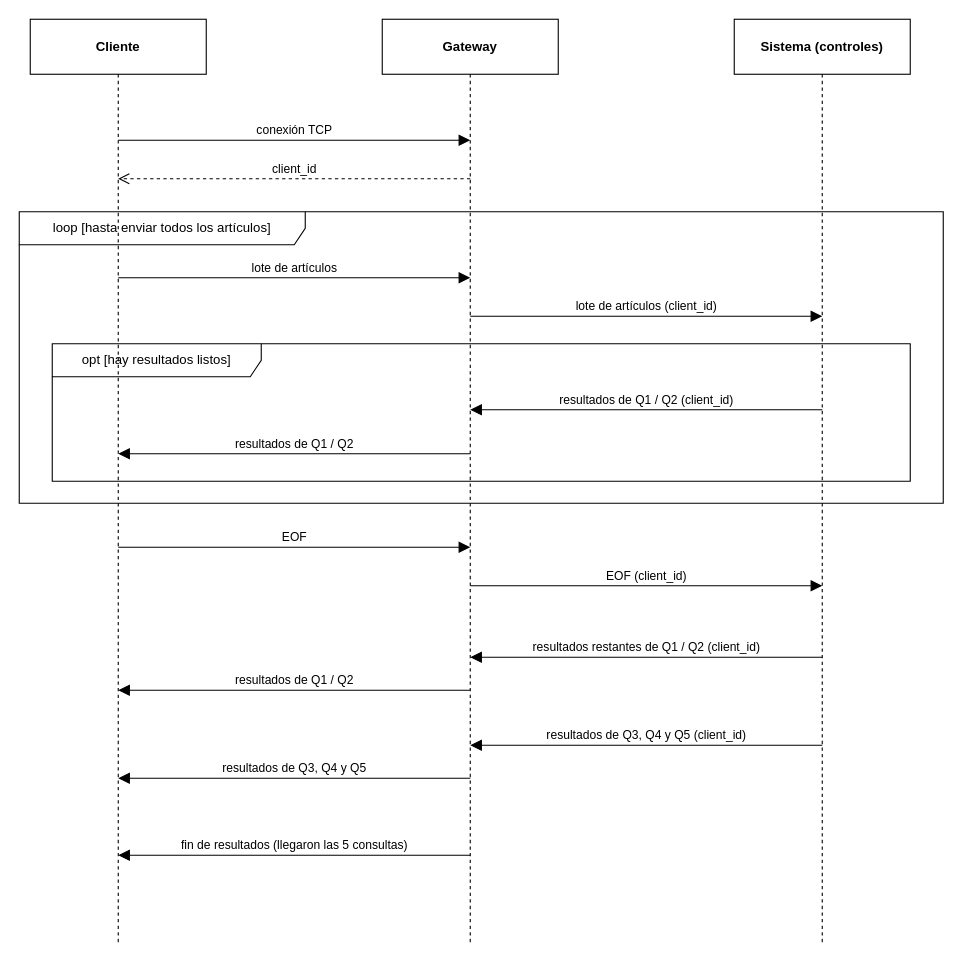
Earlier version of the draw.io diagram diseño/diagramas/secuencia_gral.drawio (LuccaMarino/tp-grupal_Distribuidos). Source tidied: cells renumbered, new cells numbered last; positions are measured from the earlier drawing's top-left corner, leaving out a move shared by most shapes. Both pictures are drawn from the tidied source at 110%, with x=0, y=0 at pixel (19, 19).
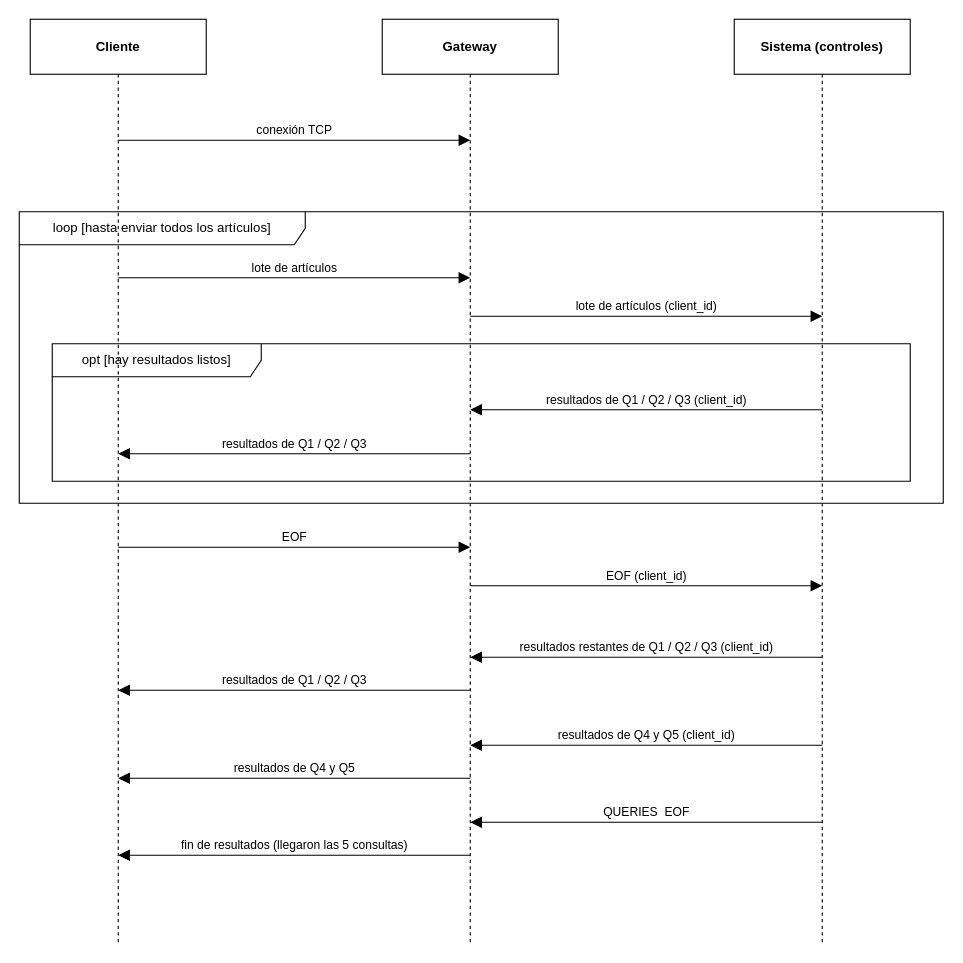
After the change.

Commit message (it also covers changes not shown here):
actualizacion de diagrama de secuencia

Change to the diagram source:
```diff
@@
-    <mxCell id="6" value="client_id" style="html=1;verticalAlign=bottom;endSize=8;endArrow=open;dashed=1;" parent="1" edge="1">
-      <mxGeometry relative="1" as="geometry">
-        <mxPoint x="410" y="145" as="sourcePoint" />
-        <mxPoint x="90" y="145" as="targetPoint" />
-      </mxGeometry>
-    </mxCell>
@@
-    <mxCell id="11" value="resultados de Q1 / Q2 (client_id)" style="html=1;verticalAlign=bottom;endSize=8;endArrow=block;endFill=1;" parent="1" edge="1">
-      <mxGeometry relative="1" as="geometry">
-        <mxPoint x="730" y="355" as="sourcePoint" />
-        <mxPoint x="410" y="355" as="targetPoint" />
-      </mxGeometry>
-    </mxCell>
-    <mxCell id="12" value="resultados de Q1 / Q2" style="html=1;verticalAlign=bottom;endSize=8;endArrow=block;endFill=1;" parent="1" edge="1">
-      <mxGeometry relative="1" as="geometry">
-        <mxPoint x="410" y="395" as="sourcePoint" />
-        <mxPoint x="90" y="395" as="targetPoint" />
-      </mxGeometry>
-    </mxCell>
+    <mxCell id="20" value="resultados de Q1 / Q2 / Q3 (client_id)" style="html=1;verticalAlign=bottom;endSize=8;endArrow=block;endFill=1;" parent="1" edge="1">
+      <mxGeometry relative="1" as="geometry">
+        <mxPoint x="730" y="355" as="sourcePoint" />
+        <mxPoint x="410" y="355" as="targetPoint" />
+      </mxGeometry>
+    </mxCell>
+    <mxCell id="21" value="resultados de Q1 / Q2 / Q3" style="html=1;verticalAlign=bottom;endSize=8;endArrow=block;endFill=1;" parent="1" edge="1">
+      <mxGeometry relative="1" as="geometry">
+        <mxPoint x="410" y="395" as="sourcePoint" />
+        <mxPoint x="90" y="395" as="targetPoint" />
+      </mxGeometry>
+    </mxCell>
@@
-    <mxCell id="15" value="resultados restantes de Q1 / Q2 (client_id)" style="html=1;verticalAlign=bottom;endSize=8;endArrow=block;endFill=1;" parent="1" edge="1">
-      <mxGeometry relative="1" as="geometry">
-        <mxPoint x="730" y="580" as="sourcePoint" />
-        <mxPoint x="410" y="580" as="targetPoint" />
-      </mxGeometry>
-    </mxCell>
-    <mxCell id="16" value="resultados de Q1 / Q2" style="html=1;verticalAlign=bottom;endSize=8;endArrow=block;endFill=1;" parent="1" edge="1">
-      <mxGeometry relative="1" as="geometry">
-        <mxPoint x="410" y="610" as="sourcePoint" />
-        <mxPoint x="90" y="610" as="targetPoint" />
-      </mxGeometry>
-    </mxCell>
-    <mxCell id="17" value="resultados de Q3, Q4 y Q5 (client_id)" style="html=1;verticalAlign=bottom;endSize=8;endArrow=block;endFill=1;" parent="1" edge="1">
-      <mxGeometry relative="1" as="geometry">
-        <mxPoint x="730" y="660" as="sourcePoint" />
-        <mxPoint x="410" y="660" as="targetPoint" />
-      </mxGeometry>
-    </mxCell>
-    <mxCell id="18" value="resultados de Q3, Q4 y Q5" style="html=1;verticalAlign=bottom;endSize=8;endArrow=block;endFill=1;" parent="1" edge="1">
-      <mxGeometry relative="1" as="geometry">
-        <mxPoint x="410" y="690" as="sourcePoint" />
-        <mxPoint x="90" y="690" as="targetPoint" />
-      </mxGeometry>
-    </mxCell>
+    <mxCell id="22" value="resultados restantes de Q1 / Q2 / Q3 (client_id)" style="html=1;verticalAlign=bottom;endSize=8;endArrow=block;endFill=1;" parent="1" edge="1">
+      <mxGeometry relative="1" as="geometry">
+        <mxPoint x="730" y="580" as="sourcePoint" />
+        <mxPoint x="410" y="580" as="targetPoint" />
+      </mxGeometry>
+    </mxCell>
+    <mxCell id="23" value="resultados de Q1 / Q2 / Q3" style="html=1;verticalAlign=bottom;endSize=8;endArrow=block;endFill=1;" parent="1" edge="1">
+      <mxGeometry relative="1" as="geometry">
+        <mxPoint x="410" y="610" as="sourcePoint" />
+        <mxPoint x="90" y="610" as="targetPoint" />
+      </mxGeometry>
+    </mxCell>
+    <mxCell id="24" value="resultados de Q4 y Q5 (client_id)" style="html=1;verticalAlign=bottom;endSize=8;endArrow=block;endFill=1;" parent="1" edge="1">
+      <mxGeometry relative="1" as="geometry">
+        <mxPoint x="730" y="660" as="sourcePoint" />
+        <mxPoint x="410" y="660" as="targetPoint" />
+      </mxGeometry>
+    </mxCell>
+    <mxCell id="25" value="resultados de Q4 y Q5" style="html=1;verticalAlign=bottom;endSize=8;endArrow=block;endFill=1;" parent="1" edge="1">
+      <mxGeometry relative="1" as="geometry">
+        <mxPoint x="410" y="690" as="sourcePoint" />
+        <mxPoint x="90" y="690" as="targetPoint" />
+      </mxGeometry>
+    </mxCell>
@@
+    <mxCell id="26" value="QUERIES&amp;nbsp; EOF" style="html=1;verticalAlign=bottom;endSize=8;endArrow=block;endFill=1;" parent="1" edge="1">
+      <mxGeometry relative="1" as="geometry">
+        <mxPoint x="730" y="730" as="sourcePoint" />
+        <mxPoint x="410" y="730" as="targetPoint" />
+      </mxGeometry>
+    </mxCell>
```
